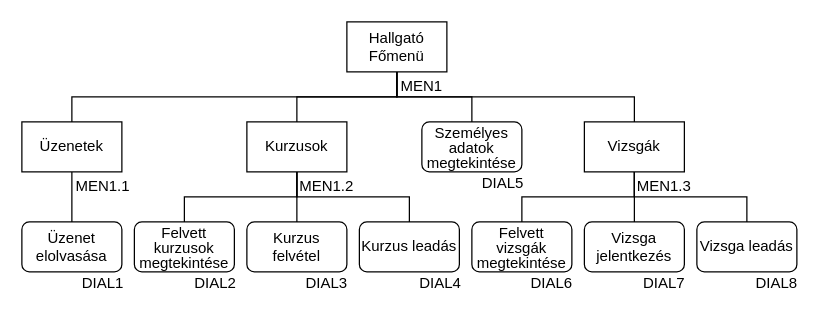
SzoDavid/murica keeps this draw.io diagram as ssadm/Menütervek/hallgato_menuterv.drawio. Above is the earlier version. Source tidied: cells renumbered, new cells numbered last; positions are measured from the earlier drawing's top-left corner, leaving out a move shared by most shapes. Both pictures are drawn from the tidied source at 125%, with x=0, y=0 at pixel (21, 21).
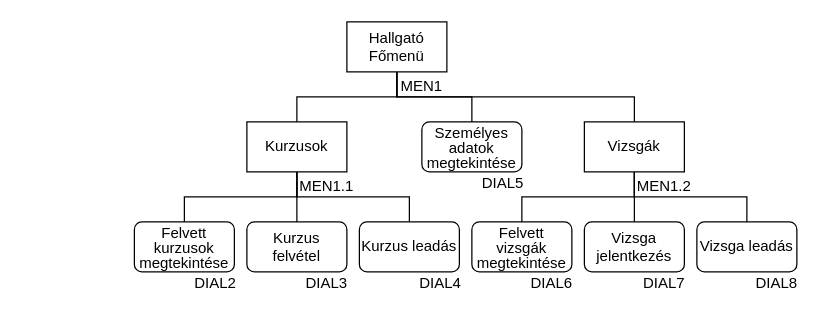
Above is the later version.

Unchanged cells that the change refers to:
```xml
<mxCell id="2" value="Hallgató&lt;br&gt;Főmenü" style="rounded=0;whiteSpace=wrap;html=1;" parent="1" vertex="1">
  <mxGeometry x="260" width="80" height="40" as="geometry" />
</mxCell>
```

Diff of the diagram source:
```diff
@@
-    <mxCell id="3" value="Üzenet elolvasása" style="rounded=1;whiteSpace=wrap;html=1;" parent="1" vertex="1">
-      <mxGeometry y="160" width="80" height="40" as="geometry" />
-    </mxCell>
-    <mxCell id="4" value="Üzenetek" style="rounded=0;whiteSpace=wrap;html=1;" parent="1" vertex="1">
-      <mxGeometry y="80" width="80" height="40" as="geometry" />
-    </mxCell>
@@
-    <mxCell id="14" style="endArrow=none;html=1;rounded=0;entryX=0.5;entryY=1;entryDx=0;entryDy=0;exitX=0.5;exitY=0;exitDx=0;exitDy=0;edgeStyle=elbowEdgeStyle;elbow=vertical;" parent="1" edge="1" source="3" target="4">
-      <mxGeometry relative="1" as="geometry" />
-    </mxCell>
@@
-    <mxCell id="21" style="endArrow=none;html=1;rounded=0;elbow=vertical;entryX=0.5;entryY=1;entryDx=0;entryDy=0;exitX=0.5;exitY=0;exitDx=0;exitDy=0;edgeStyle=elbowEdgeStyle;" parent="1" edge="1" source="4" target="2">
-      <mxGeometry relative="1" as="geometry" />
-    </mxCell>
@@
-    <mxCell id="26" value="MEN1.1" style="text;html=1;strokeColor=none;fillColor=none;align=center;verticalAlign=middle;whiteSpace=wrap;rounded=0;" parent="1" vertex="1">
-      <mxGeometry x="35" y="117" width="60" height="30" as="geometry" />
-    </mxCell>
-    <mxCell id="27" value="MEN1.2" style="text;html=1;strokeColor=none;fillColor=none;align=center;verticalAlign=middle;whiteSpace=wrap;rounded=0;" parent="1" vertex="1">
+    <mxCell id="27" value="MEN1.1" style="text;html=1;strokeColor=none;fillColor=none;align=center;verticalAlign=middle;whiteSpace=wrap;rounded=0;" parent="1" vertex="1">
       <mxGeometry x="214" y="117" width="60" height="30" as="geometry" />
     </mxCell>
-    <mxCell id="28" value="MEN1.3" style="text;html=1;strokeColor=none;fillColor=none;align=center;verticalAlign=middle;whiteSpace=wrap;rounded=0;" parent="1" vertex="1">
+    <mxCell id="28" value="MEN1.2" style="text;html=1;strokeColor=none;fillColor=none;align=center;verticalAlign=middle;whiteSpace=wrap;rounded=0;" parent="1" vertex="1">
       <mxGeometry x="484" y="117" width="60" height="30" as="geometry" />
     </mxCell>
-    <mxCell id="29" value="DIAL1" style="text;html=1;strokeColor=none;fillColor=none;align=center;verticalAlign=middle;whiteSpace=wrap;rounded=0;" parent="1" vertex="1">
-      <mxGeometry x="35" y="194" width="60" height="30" as="geometry" />
-    </mxCell>
```
